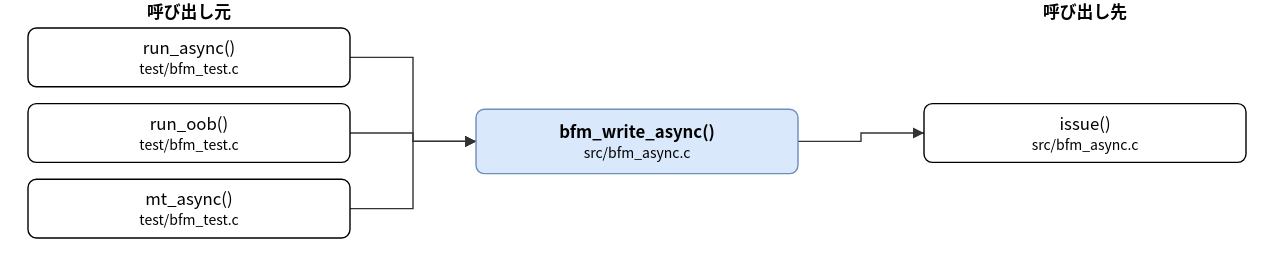
This is doc/spec/images/call_src_bfm_async-bfm_write_async.drawio.svg from hf355051012-ai/bfmem, a draw.io export, as it was before one commit. Source tidied: cells renumbered, new cells last; positions are measured from the earlier drawing's top-left corner, leaving out a move shared by most shapes. Its diagram source:
```xml
<mxGraphModel>
  <root>
    <mxCell id="0" />
    <mxCell id="1" parent="0" />
    <mxCell id="2" value="bfm_write_async()&lt;br&gt;&lt;font style=&quot;font-size:10px&quot;&gt;src/bfm_async.c&lt;/font&gt;" style="rounded=1;whiteSpace=wrap;html=1;fillColor=#dae8fc;strokeColor=#6c8ebf;fontStyle=1;" parent="1" vertex="1">
      <mxGeometry x="320" y="78" width="230" height="46" as="geometry" />
    </mxCell>
    <mxCell id="3" value="run_async()&lt;br&gt;&lt;font style=&quot;font-size:10px&quot;&gt;test/bfm_test.c&lt;/font&gt;" style="rounded=1;whiteSpace=wrap;html=1;" parent="1" vertex="1">
      <mxGeometry y="20" width="230" height="42" as="geometry" />
    </mxCell>
    <mxCell id="4" value="run_oob()&lt;br&gt;&lt;font style=&quot;font-size:10px&quot;&gt;test/bfm_test.c&lt;/font&gt;" style="rounded=1;whiteSpace=wrap;html=1;" parent="1" vertex="1">
      <mxGeometry y="74" width="230" height="42" as="geometry" />
    </mxCell>
    <mxCell id="5" value="mt_async()&lt;br&gt;&lt;font style=&quot;font-size:10px&quot;&gt;test/bfm_test.c&lt;/font&gt;" style="rounded=1;whiteSpace=wrap;html=1;" parent="1" vertex="1">
      <mxGeometry y="128" width="230" height="42" as="geometry" />
    </mxCell>
    <mxCell id="6" value="issue()&lt;br&gt;&lt;font style=&quot;font-size:10px&quot;&gt;src/bfm_async.c&lt;/font&gt;" style="rounded=1;whiteSpace=wrap;html=1;" parent="1" vertex="1">
      <mxGeometry x="640" y="74" width="230" height="42" as="geometry" />
    </mxCell>
    <mxCell id="7" style="edgeStyle=none;html=1;rounded=0;endArrow=block;endFill=1;exitX=1.0000;exitY=0.5000;exitDx=0;exitDy=0;exitPerimeter=0;entryX=0.0000;entryY=0.5000;entryDx=0;entryDy=0;entryPerimeter=0;" parent="1" edge="1" source="3" target="2">
      <mxGeometry relative="1" as="geometry">
        <Array as="points">
          <mxPoint x="275" y="41" />
          <mxPoint x="275" y="101" />
        </Array>
      </mxGeometry>
    </mxCell>
    <mxCell id="8" style="edgeStyle=none;html=1;rounded=0;endArrow=block;endFill=1;exitX=1.0000;exitY=0.5000;exitDx=0;exitDy=0;exitPerimeter=0;entryX=0.0000;entryY=0.5000;entryDx=0;entryDy=0;entryPerimeter=0;" parent="1" edge="1" source="4" target="2">
      <mxGeometry relative="1" as="geometry">
        <Array as="points">
          <mxPoint x="275" y="95" />
          <mxPoint x="275" y="101" />
        </Array>
      </mxGeometry>
    </mxCell>
    <mxCell id="9" style="edgeStyle=none;html=1;rounded=0;endArrow=block;endFill=1;exitX=1.0000;exitY=0.5000;exitDx=0;exitDy=0;exitPerimeter=0;entryX=0.0000;entryY=0.5000;entryDx=0;entryDy=0;entryPerimeter=0;" parent="1" edge="1" source="5" target="2">
      <mxGeometry relative="1" as="geometry">
        <Array as="points">
          <mxPoint x="275" y="149" />
          <mxPoint x="275" y="101" />
        </Array>
      </mxGeometry>
    </mxCell>
    <mxCell id="10" style="edgeStyle=none;html=1;rounded=0;endArrow=block;endFill=1;exitX=1.0000;exitY=0.5000;exitDx=0;exitDy=0;exitPerimeter=0;entryX=0.0000;entryY=0.5000;entryDx=0;entryDy=0;entryPerimeter=0;" parent="1" edge="1" source="2" target="6">
      <mxGeometry relative="1" as="geometry">
        <Array as="points">
          <mxPoint x="595" y="101" />
          <mxPoint x="595" y="95" />
        </Array>
      </mxGeometry>
    </mxCell>
    <mxCell id="11" value="呼び出し元" style="text;html=1;align=center;fontStyle=1;" parent="1" vertex="1">
      <mxGeometry x="35" width="160" height="18" as="geometry" />
    </mxCell>
    <mxCell id="12" value="呼び出し先" style="text;html=1;align=center;fontStyle=1;" parent="1" vertex="1">
      <mxGeometry x="675" width="160" height="18" as="geometry" />
    </mxCell>
  </root>
</mxGraphModel>
```
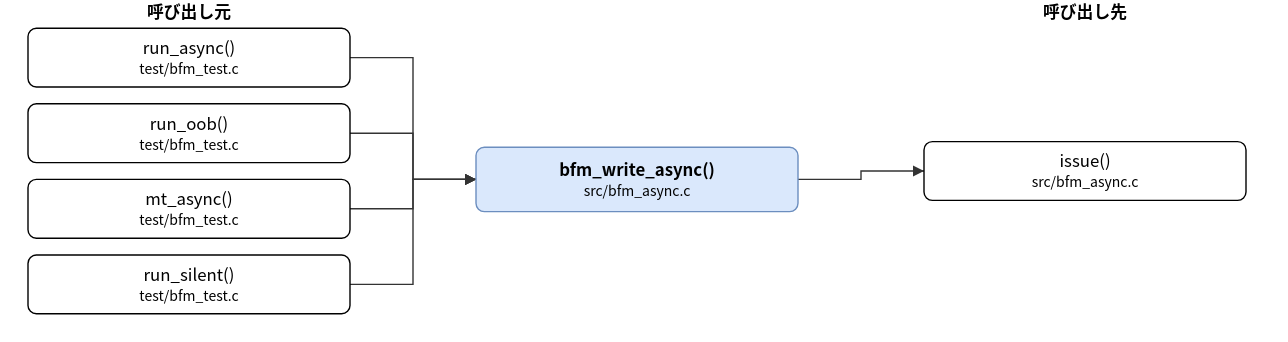
After the change.

Diff of the diagram source:
```diff
@@ -3,7 +3,7 @@
     <mxCell id="0" />
     <mxCell id="1" parent="0" />
     <mxCell id="2" value="bfm_write_async()&lt;br&gt;&lt;font style=&quot;font-size:10px&quot;&gt;src/bfm_async.c&lt;/font&gt;" style="rounded=1;whiteSpace=wrap;html=1;fillColor=#dae8fc;strokeColor=#6c8ebf;fontStyle=1;" parent="1" vertex="1">
-      <mxGeometry x="320" y="78" width="230" height="46" as="geometry" />
+      <mxGeometry x="320" y="105" width="230" height="46" as="geometry" />
     </mxCell>
     <mxCell id="3" value="run_async()&lt;br&gt;&lt;font style=&quot;font-size:10px&quot;&gt;test/bfm_test.c&lt;/font&gt;" style="rounded=1;whiteSpace=wrap;html=1;" parent="1" vertex="1">
       <mxGeometry y="20" width="230" height="42" as="geometry" />
@@ -14,14 +14,17 @@
     <mxCell id="5" value="mt_async()&lt;br&gt;&lt;font style=&quot;font-size:10px&quot;&gt;test/bfm_test.c&lt;/font&gt;" style="rounded=1;whiteSpace=wrap;html=1;" parent="1" vertex="1">
       <mxGeometry y="128" width="230" height="42" as="geometry" />
     </mxCell>
+    <mxCell id="13" value="run_silent()&lt;br&gt;&lt;font style=&quot;font-size:10px&quot;&gt;test/bfm_test.c&lt;/font&gt;" style="rounded=1;whiteSpace=wrap;html=1;" parent="1" vertex="1">
+      <mxGeometry y="182" width="230" height="42" as="geometry" />
+    </mxCell>
     <mxCell id="6" value="issue()&lt;br&gt;&lt;font style=&quot;font-size:10px&quot;&gt;src/bfm_async.c&lt;/font&gt;" style="rounded=1;whiteSpace=wrap;html=1;" parent="1" vertex="1">
-      <mxGeometry x="640" y="74" width="230" height="42" as="geometry" />
+      <mxGeometry x="640" y="101" width="230" height="42" as="geometry" />
     </mxCell>
     <mxCell id="7" style="edgeStyle=none;html=1;rounded=0;endArrow=block;endFill=1;exitX=1.0000;exitY=0.5000;exitDx=0;exitDy=0;exitPerimeter=0;entryX=0.0000;entryY=0.5000;entryDx=0;entryDy=0;entryPerimeter=0;" parent="1" edge="1" source="3" target="2">
       <mxGeometry relative="1" as="geometry">
         <Array as="points">
           <mxPoint x="275" y="41" />
-          <mxPoint x="275" y="101" />
+          <mxPoint x="275" y="128" />
         </Array>
       </mxGeometry>
     </mxCell>
@@ -29,7 +32,7 @@
       <mxGeometry relative="1" as="geometry">
         <Array as="points">
           <mxPoint x="275" y="95" />
-          <mxPoint x="275" y="101" />
+          <mxPoint x="275" y="128" />
         </Array>
       </mxGeometry>
     </mxCell>
@@ -37,18 +40,26 @@
       <mxGeometry relative="1" as="geometry">
         <Array as="points">
           <mxPoint x="275" y="149" />
-          <mxPoint x="275" y="101" />
+          <mxPoint x="275" y="128" />
         </Array>
       </mxGeometry>
     </mxCell>
-    <mxCell id="10" style="edgeStyle=none;html=1;rounded=0;endArrow=block;endFill=1;exitX=1.0000;exitY=0.5000;exitDx=0;exitDy=0;exitPerimeter=0;entryX=0.0000;entryY=0.5000;entryDx=0;entryDy=0;entryPerimeter=0;" parent="1" edge="1" source="2" target="6">
+    <mxCell id="10" style="edgeStyle=none;html=1;rounded=0;endArrow=block;endFill=1;exitX=1.0000;exitY=0.5000;exitDx=0;exitDy=0;exitPerimeter=0;entryX=0.0000;entryY=0.5000;entryDx=0;entryDy=0;entryPerimeter=0;" parent="1" edge="1" source="13" target="2">
       <mxGeometry relative="1" as="geometry">
         <Array as="points">
-          <mxPoint x="595" y="101" />
-          <mxPoint x="595" y="95" />
+          <mxPoint x="275" y="203" />
+          <mxPoint x="275" y="128" />
         </Array>
       </mxGeometry>
     </mxCell>
+    <mxCell id="14" style="edgeStyle=none;html=1;rounded=0;endArrow=block;endFill=1;exitX=1.0000;exitY=0.5000;exitDx=0;exitDy=0;exitPerimeter=0;entryX=0.0000;entryY=0.5000;entryDx=0;entryDy=0;entryPerimeter=0;" parent="1" edge="1" source="2" target="6">
+      <mxGeometry relative="1" as="geometry">
+        <Array as="points">
+          <mxPoint x="595" y="128" />
+          <mxPoint x="595" y="122" />
+        </Array>
+      </mxGeometry>
+    </mxCell>
     <mxCell id="11" value="呼び出し元" style="text;html=1;align=center;fontStyle=1;" parent="1" vertex="1">
       <mxGeometry x="35" width="160" height="18" as="geometry" />
     </mxCell>
```
